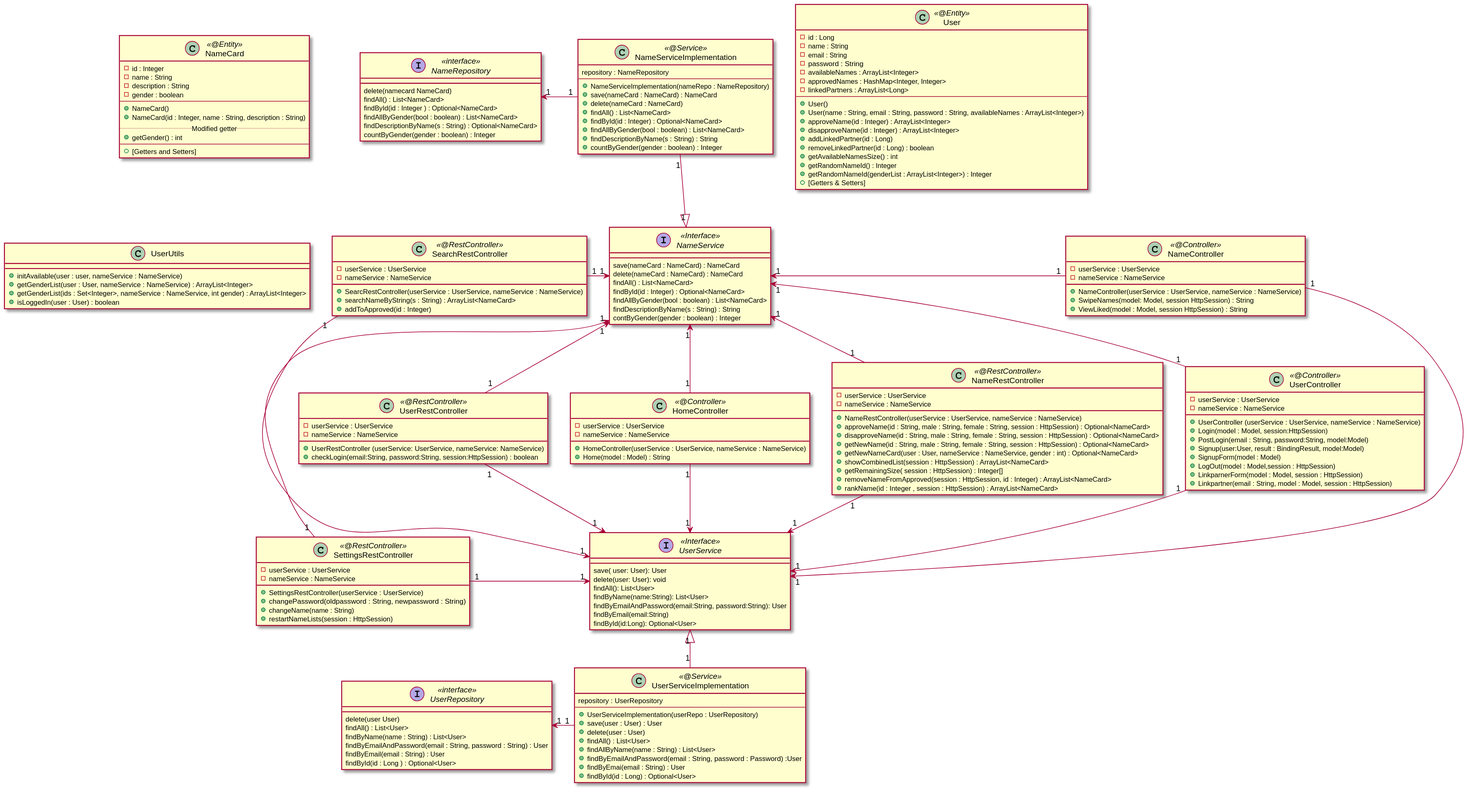
Before: nafnaneistar/out/diagrams/Class diagrams/Nafnaneistar.svg, a diagram exported from PlantUML (RutB/Throbo2_nafnaneistar).
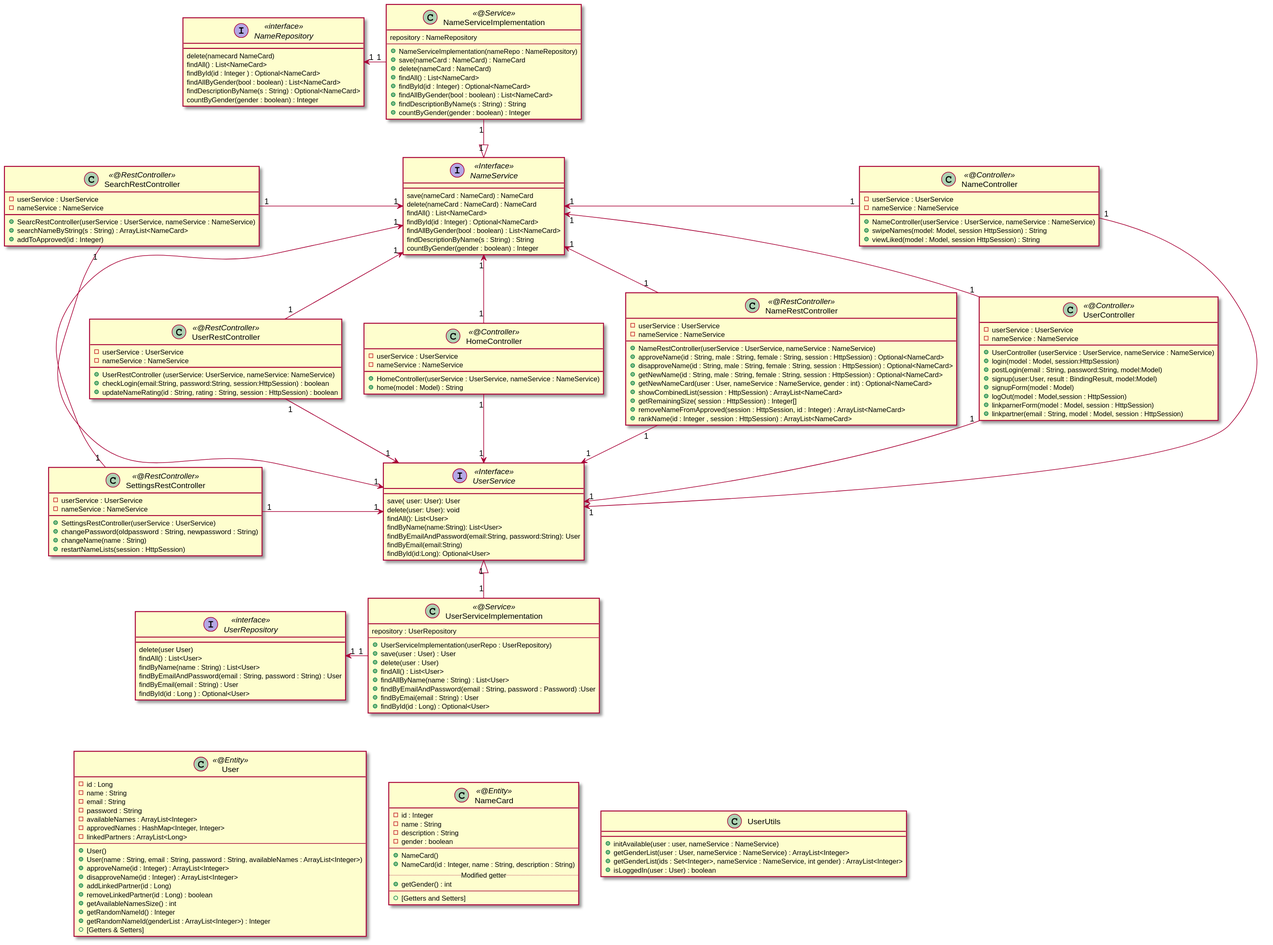
After the commit.

The edit, as a diff of the source:
```diff
@@ -38,15 +38,15 @@
     -userService : UserService
     -nameService : NameService
     +NameController(userService : UserService, nameService : NameService)
-    +SwipeNames(model: Model, session HttpSession) : String
-    +ViewLiked(model : Model, session HttpSession) : String
+    +swipeNames(model: Model, session HttpSession) : String
+    +viewLiked(model : Model, session HttpSession) : String
 }
 
 class HomeController <<@Controller>> {
     -userService : UserService
     -nameService : NameService
     +HomeController(userService : UserService, nameService : NameService)
-    +Home(model : Model) : String
+    +home(model : Model) : String
 }
 
 class NameRestController <<@RestController>> {
@@ -67,13 +67,13 @@
     -userService : UserService
     -nameService : NameService
     +UserController (userService : UserService, nameService : NameService)
-    +Login(model : Model, session:HttpSession)
-    +PostLogin(email : String, password:String, model:Model)
-    +Signup(user:User, result : BindingResult, model:Model)
-    +SignupForm(model : Model)
-    +LogOut(model : Model,session : HttpSession)
-    +LinkparnerForm(model : Model, session : HttpSession)
-    +Linkpartner(email : String, model : Model, session : HttpSession)
+    +login(model : Model, session:HttpSession)
+    +postLogin(email : String, password:String, model:Model)
+    +signup(user:User, result : BindingResult, model:Model)
+    +signupForm(model : Model)
+    +logOut(model : Model,session : HttpSession)
+    +linkparnerForm(model : Model, session : HttpSession)
+    +linkpartner(email : String, model : Model, session : HttpSession)
 
 }
 
@@ -82,6 +82,7 @@
     -nameService : NameService
     +UserRestController (userService: UserService, nameService: NameService)
     +checkLogin(email:String, password:String, session:HttpSession) : boolean
+    +updateNameRating(id : String, rating : String, session : HttpSession) : boolean
 }
 
 Interface UserService <<Interface>> {
@@ -133,7 +134,7 @@
     findById(id : Integer) : Optional<NameCard>
     findAllByGender(bool : boolean) : List<NameCard>
     findDescriptionByName(s : String) : String
-    contByGender(gender : boolean) : Integer
+    countByGender(gender : boolean) : Integer
 }
 
 class NameServiceImplementation <<@Service>> {
@@ -201,8 +202,9 @@
 SearchRestController "1" -> "1" UserService
 SearchRestController "1" -> "1"  NameService
 
-NameCard -[hidden]> NameRepository
+UserServiceImplementation -[hidden]-> NameCard
+NameCard -[hidden]> UserUtils
+User -[hidden]> NameCard
 
-NameCard --[hidden]> UserUtils
 
 @enduml
```
